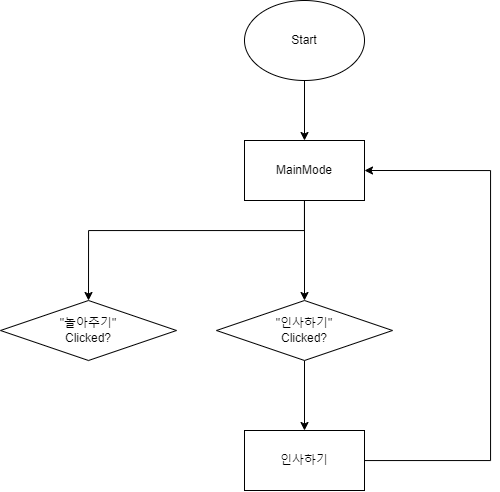
Before: Program.drawio.png, a diagram exported from draw.io (kinesis19/MyRobotOnline). Source tidied: cells renumbered, new cells last; positions are measured from the earlier drawing's top-left corner, leaving out a move shared by most shapes.
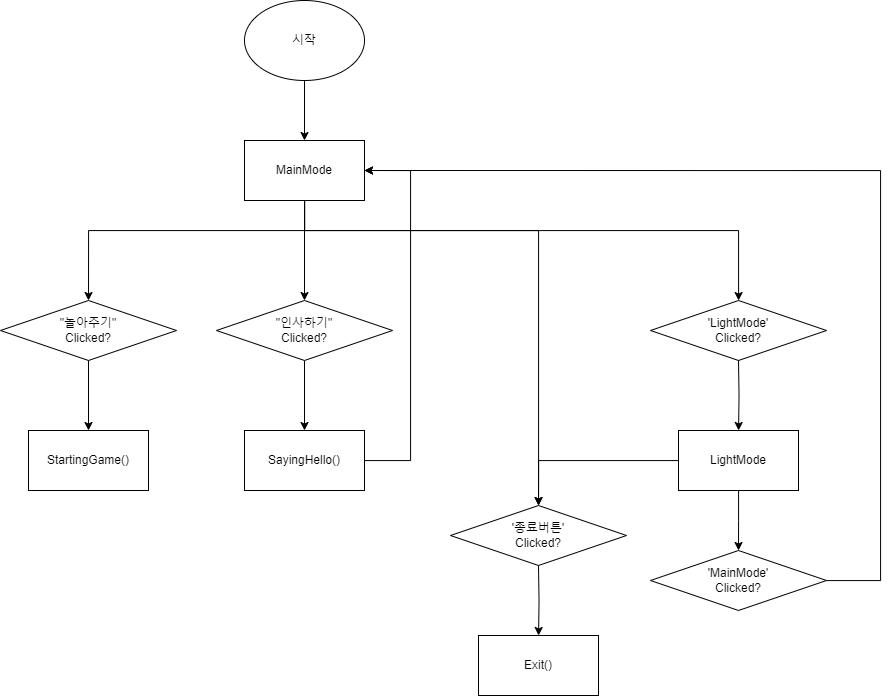
After the commit.

Change to the diagram source:
```diff
@@ -5,7 +5,7 @@
     <mxCell id="2" style="edgeStyle=orthogonalEdgeStyle;rounded=0;jettySize=auto;html=1;" parent="1" edge="1" source="3" target="6">
       <mxGeometry relative="1" as="geometry" />
     </mxCell>
-    <mxCell id="3" value="Start" style="ellipse;whiteSpace=wrap;html=1;" parent="1" vertex="1">
+    <mxCell id="3" value="시작" style="ellipse;whiteSpace=wrap;html=1;" parent="1" vertex="1">
       <mxGeometry x="244" width="120" height="80" as="geometry" />
     </mxCell>
     <mxCell id="4" style="edgeStyle=orthogonalEdgeStyle;rounded=0;jettySize=auto;html=1;" parent="1" edge="1" source="6" target="8">
@@ -19,6 +19,22 @@
         </Array>
       </mxGeometry>
     </mxCell>
+    <mxCell id="12" style="edgeStyle=orthogonalEdgeStyle;rounded=0;jettySize=auto;html=1;" parent="1" edge="1" source="6" target="16">
+      <mxGeometry relative="1" as="geometry">
+        <Array as="points">
+          <mxPoint x="304" y="230" />
+          <mxPoint x="538" y="230" />
+        </Array>
+      </mxGeometry>
+    </mxCell>
+    <mxCell id="13" style="edgeStyle=orthogonalEdgeStyle;rounded=0;jettySize=auto;html=1;" parent="1" edge="1" source="6" target="19">
+      <mxGeometry relative="1" as="geometry">
+        <Array as="points">
+          <mxPoint x="304" y="230" />
+          <mxPoint x="738" y="230" />
+        </Array>
+      </mxGeometry>
+    </mxCell>
     <mxCell id="6" value="MainMode" style="rounded=0;whiteSpace=wrap;html=1;" parent="1" vertex="1">
       <mxGeometry x="244" y="140" width="120" height="60" as="geometry" />
     </mxCell>
@@ -31,15 +47,63 @@
     <mxCell id="9" style="edgeStyle=orthogonalEdgeStyle;rounded=0;jettySize=auto;html=1;entryX=1;entryY=0.5;entryDx=0;entryDy=0;" parent="1" edge="1" source="10" target="6">
       <mxGeometry relative="1" as="geometry">
         <Array as="points">
-          <mxPoint x="490" y="170" />
+          <mxPoint x="410" y="460" />
+          <mxPoint x="410" y="170" />
         </Array>
       </mxGeometry>
     </mxCell>
-    <mxCell id="10" value="인사하기" style="rounded=0;whiteSpace=wrap;html=1;" parent="1" vertex="1">
+    <mxCell id="10" value="SayingHello()" style="rounded=0;whiteSpace=wrap;html=1;" parent="1" vertex="1">
       <mxGeometry x="244" y="430" width="120" height="60" as="geometry" />
     </mxCell>
+    <mxCell id="14" style="edgeStyle=orthogonalEdgeStyle;rounded=0;jettySize=auto;html=1;" parent="1" edge="1" source="11" target="15">
+      <mxGeometry relative="1" as="geometry" />
+    </mxCell>
     <mxCell id="11" value="&quot;놀아주기&quot;&lt;br&gt;&lt;div&gt;Clicked?&lt;/div&gt;" style="rhombus;whiteSpace=wrap;html=1;" parent="1" vertex="1">
       <mxGeometry y="300" width="176" height="60" as="geometry" />
     </mxCell>
+    <mxCell id="15" value="StartingGame()" style="whiteSpace=wrap;html=1;" parent="1" vertex="1">
+      <mxGeometry x="28" y="430" width="120" height="60" as="geometry" />
+    </mxCell>
+    <mxCell id="16" value="'종료버튼'&lt;div&gt;Clicked?&lt;/div&gt;" style="rhombus;whiteSpace=wrap;html=1;" parent="1" vertex="1">
+      <mxGeometry x="450" y="505" width="176" height="60" as="geometry" />
+    </mxCell>
+    <mxCell id="17" value="Exit()" style="rounded=0;whiteSpace=wrap;html=1;" parent="1" vertex="1">
+      <mxGeometry x="478" y="635" width="120" height="60" as="geometry" />
+    </mxCell>
+    <mxCell id="18" style="edgeStyle=orthogonalEdgeStyle;rounded=0;jettySize=auto;html=1;" parent="1" edge="1" target="17">
+      <mxGeometry relative="1" as="geometry">
+        <mxPoint x="538" y="565" as="sourcePoint" />
+      </mxGeometry>
+    </mxCell>
+    <mxCell id="19" value="'LightMode'&lt;div&gt;Clicked?&lt;/div&gt;" style="rhombus;whiteSpace=wrap;html=1;" parent="1" vertex="1">
+      <mxGeometry x="650" y="300" width="176" height="60" as="geometry" />
+    </mxCell>
+    <mxCell id="20" style="edgeStyle=orthogonalEdgeStyle;rounded=0;jettySize=auto;html=1;" parent="1" edge="1" target="23">
+      <mxGeometry relative="1" as="geometry">
+        <mxPoint x="738" y="360" as="sourcePoint" />
+      </mxGeometry>
+    </mxCell>
+    <mxCell id="21" style="edgeStyle=orthogonalEdgeStyle;rounded=0;jettySize=auto;html=1;entryX=0.5;entryY=0;entryDx=0;entryDy=0;" parent="1" edge="1" source="23">
+      <mxGeometry relative="1" as="geometry">
+        <mxPoint x="738" y="550" as="targetPoint" />
+      </mxGeometry>
+    </mxCell>
+    <mxCell id="22" style="edgeStyle=orthogonalEdgeStyle;rounded=0;jettySize=auto;html=1;entryX=0.5;entryY=0;entryDx=0;entryDy=0;" parent="1" edge="1" source="23" target="16">
+      <mxGeometry relative="1" as="geometry" />
+    </mxCell>
+    <mxCell id="23" value="LightMode" style="rounded=0;whiteSpace=wrap;html=1;" parent="1" vertex="1">
+      <mxGeometry x="678" y="430" width="120" height="60" as="geometry" />
+    </mxCell>
+    <mxCell id="24" style="edgeStyle=orthogonalEdgeStyle;rounded=0;jettySize=auto;html=1;entryX=1;entryY=0.5;entryDx=0;entryDy=0;" parent="1" edge="1" source="25" target="6">
+      <mxGeometry relative="1" as="geometry">
+        <Array as="points">
+          <mxPoint x="880" y="580" />
+          <mxPoint x="880" y="170" />
+        </Array>
+      </mxGeometry>
+    </mxCell>
+    <mxCell id="25" value="'MainMode'&lt;div&gt;Clicked?&lt;/div&gt;" style="rhombus;whiteSpace=wrap;html=1;" parent="1" vertex="1">
+      <mxGeometry x="650" y="550" width="176" height="60" as="geometry" />
+    </mxCell>
   </root>
 </mxGraphModel>
```
